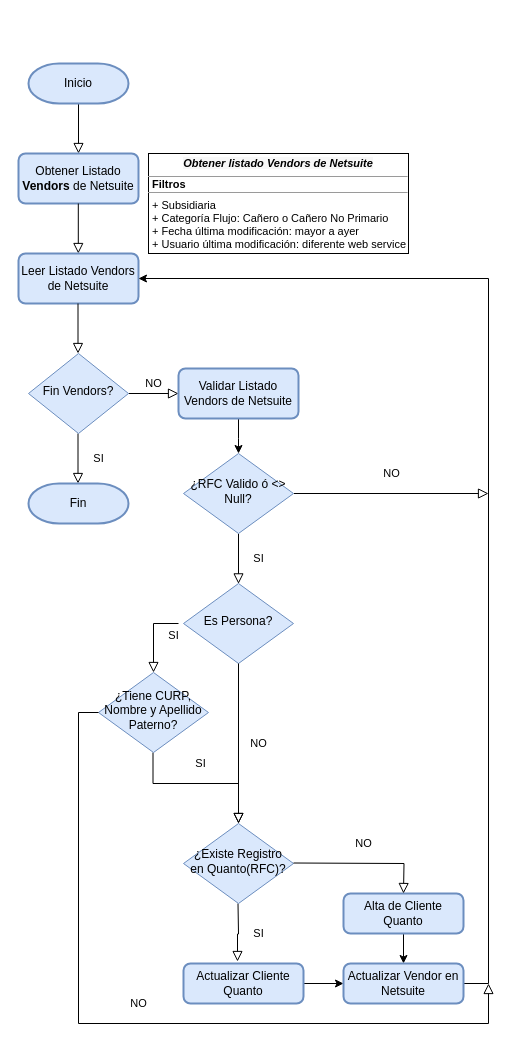
The draw.io diagram page "Proveedores" (1 of 4) of Interfaz Clientes Quanto.drawio in evasquezm87/Diagramas, before the edit. Source tidied: cells renumbered, new cells numbered last; positions are measured from the earlier drawing's top-left corner, leaving out a move shared by most shapes. Both pictures are drawn from the tidied source at 100%, with x=0, y=0 at pixel (18, 63).
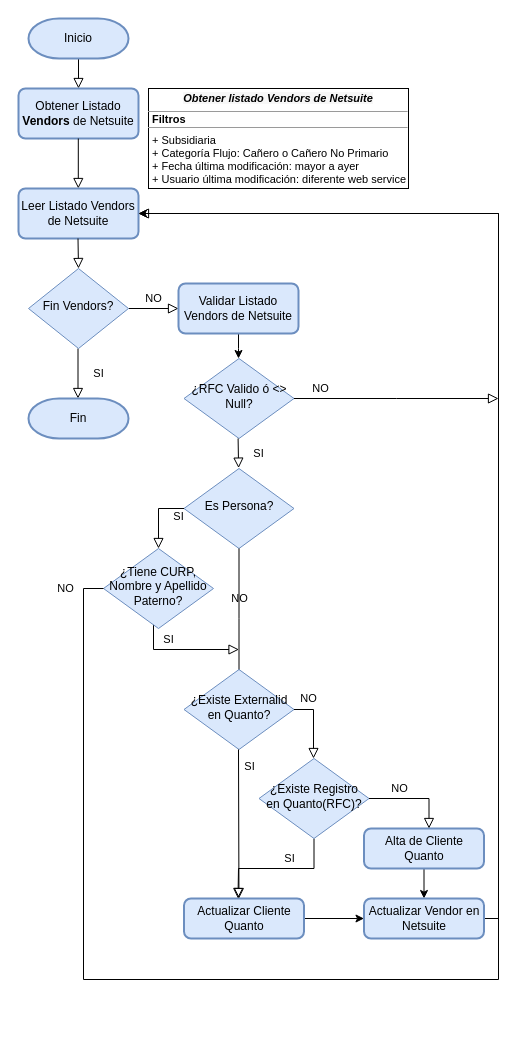
After the change.

Diff of the diagram source:
```diff
@@
-    <mxCell id="2" style="rounded=0;html=1;jettySize=auto;orthogonalLoop=1;fontSize=11;endArrow=block;endFill=0;endSize=8;strokeWidth=1;shadow=0;labelBackgroundColor=none;edgeStyle=orthogonalEdgeStyle;" parent="1" edge="1">
-      <mxGeometry relative="1" as="geometry">
-        <mxPoint x="60" y="40" as="sourcePoint" />
-        <mxPoint x="60" y="90" as="targetPoint" />
-      </mxGeometry>
-    </mxCell>
-    <mxCell id="3" value="SI" style="rounded=0;html=1;jettySize=auto;orthogonalLoop=1;fontSize=11;endArrow=block;endFill=0;endSize=8;strokeWidth=1;shadow=0;labelBackgroundColor=none;edgeStyle=orthogonalEdgeStyle;" parent="1" edge="1">
-      <mxGeometry y="20" relative="1" as="geometry">
-        <mxPoint x="59.5" y="370" as="sourcePoint" />
-        <mxPoint x="59.5" y="420" as="targetPoint" />
-      </mxGeometry>
-    </mxCell>
+    <mxCell id="32" value="&lt;p style=&quot;margin: 4px 0px 0px; text-align: center; font-size: 11px;&quot;&gt;&lt;font style=&quot;font-size: 11px;&quot;&gt;&lt;i style=&quot;&quot;&gt;&lt;b style=&quot;background-color: rgb(247, 247, 247);&quot;&gt;Obtener listado Vendors de Netsuite&lt;/b&gt;&lt;/i&gt;&lt;br&gt;&lt;/font&gt;&lt;/p&gt;&lt;hr style=&quot;font-size: 11px;&quot; size=&quot;1&quot;&gt;&lt;p style=&quot;margin: 0px 0px 0px 4px; line-height: 0.4; font-size: 11px;&quot;&gt;&lt;b&gt;&lt;font style=&quot;font-size: 11px;&quot;&gt;Filtros&lt;/font&gt;&lt;/b&gt;&lt;/p&gt;&lt;hr style=&quot;font-size: 11px;&quot; size=&quot;1&quot;&gt;&lt;p style=&quot;margin: 0px 0px 0px 4px; font-size: 11px;&quot;&gt;&lt;font style=&quot;font-size: 11px;&quot;&gt;+ Subsidiaria&lt;br&gt;+ Categoría Flujo: Cañero o Cañero No Primario&lt;/font&gt;&lt;/p&gt;&lt;p style=&quot;margin: 0px 0px 0px 4px; font-size: 11px;&quot;&gt;&lt;font style=&quot;font-size: 11px;&quot;&gt;+ Fecha última modificación: mayor a ayer&lt;/font&gt;&lt;/p&gt;&lt;p style=&quot;margin: 0px 0px 0px 4px; font-size: 11px;&quot;&gt;&lt;font style=&quot;font-size: 11px;&quot;&gt;+ Usuario última modificación: diferente web service&lt;/font&gt;&lt;/p&gt;&lt;p style=&quot;margin: 0px 0px 0px 4px; font-size: 11px;&quot;&gt;&lt;br&gt;&lt;/p&gt;" style="verticalAlign=top;align=left;overflow=fill;fontSize=12;fontFamily=Helvetica;html=1;" parent="1" vertex="1">
+      <mxGeometry x="130" y="25" width="260" height="100" as="geometry" />
+    </mxCell>
+    <mxCell id="33" style="rounded=0;html=1;jettySize=auto;orthogonalLoop=1;fontSize=11;endArrow=block;endFill=0;endSize=8;strokeWidth=1;shadow=0;labelBackgroundColor=none;edgeStyle=orthogonalEdgeStyle;" parent="1" edge="1">
+      <mxGeometry relative="1" as="geometry">
+        <mxPoint x="60" y="-5" as="sourcePoint" />
+        <mxPoint x="60" y="25" as="targetPoint" />
+      </mxGeometry>
+    </mxCell>
+    <mxCell id="34" value="SI" style="rounded=0;html=1;jettySize=auto;orthogonalLoop=1;fontSize=11;endArrow=block;endFill=0;endSize=8;strokeWidth=1;shadow=0;labelBackgroundColor=none;edgeStyle=orthogonalEdgeStyle;" parent="1" edge="1">
+      <mxGeometry y="20" relative="1" as="geometry">
+        <mxPoint x="59.5" y="285" as="sourcePoint" />
+        <mxPoint x="59.5" y="335" as="targetPoint" />
+      </mxGeometry>
+    </mxCell>
     <mxCell id="4" value="NO" style="edgeStyle=orthogonalEdgeStyle;rounded=0;html=1;jettySize=auto;orthogonalLoop=1;fontSize=11;endArrow=block;endFill=0;endSize=8;strokeWidth=1;shadow=0;labelBackgroundColor=none;" parent="1" edge="1">
       <mxGeometry y="10" relative="1" as="geometry">
-        <mxPoint x="110" y="330" as="sourcePoint" />
-        <mxPoint x="160" y="330" as="targetPoint" />
+        <mxPoint x="110" y="245" as="sourcePoint" />
+        <mxPoint x="160" y="245" as="targetPoint" />
       </mxGeometry>
     </mxCell>
     <mxCell id="5" value="Fin Vendors?" style="rhombus;whiteSpace=wrap;html=1;shadow=0;fontFamily=Helvetica;fontSize=12;align=center;strokeWidth=1;spacing=6;spacingTop=-4;fillColor=#dae8fc;strokeColor=#6c8ebf;" parent="1" vertex="1">
-      <mxGeometry x="10" y="290" width="100" height="80" as="geometry" />
+      <mxGeometry x="10" y="205" width="100" height="80" as="geometry" />
     </mxCell>
-    <mxCell id="6" value="Obtener Listado &lt;b&gt;Vendors &lt;/b&gt;de Netsuite" style="rounded=1;whiteSpace=wrap;html=1;absoluteArcSize=1;arcSize=14;strokeWidth=2;fillColor=#dae8fc;strokeColor=#6c8ebf;" parent="1" vertex="1">
-      <mxGeometry y="90" width="120" height="50" as="geometry" />
+    <mxCell id="6" value="Obtener Listado &lt;b&gt;Vendors&amp;nbsp;&lt;/b&gt;de Netsuite" style="rounded=1;whiteSpace=wrap;html=1;absoluteArcSize=1;arcSize=14;strokeWidth=2;fillColor=#dae8fc;strokeColor=#6c8ebf;" parent="1" vertex="1">
+      <mxGeometry y="25" width="120" height="50" as="geometry" />
     </mxCell>
-    <mxCell id="7" style="rounded=0;html=1;jettySize=auto;orthogonalLoop=1;fontSize=11;endArrow=block;endFill=0;endSize=8;strokeWidth=1;shadow=0;labelBackgroundColor=none;edgeStyle=orthogonalEdgeStyle;" parent="1" edge="1">
-      <mxGeometry relative="1" as="geometry">
-        <mxPoint x="59.8" y="140" as="sourcePoint" />
-        <mxPoint x="59.8" y="190" as="targetPoint" />
-      </mxGeometry>
-    </mxCell>
+    <mxCell id="35" style="rounded=0;html=1;jettySize=auto;orthogonalLoop=1;fontSize=11;endArrow=block;endFill=0;endSize=8;strokeWidth=1;shadow=0;labelBackgroundColor=none;edgeStyle=orthogonalEdgeStyle;" parent="1" edge="1">
+      <mxGeometry relative="1" as="geometry">
+        <mxPoint x="59.8" y="75" as="sourcePoint" />
+        <mxPoint x="59.8" y="125" as="targetPoint" />
+      </mxGeometry>
+    </mxCell>
@@
     <mxCell id="9" value="Actualizar Cliente Quanto" style="rounded=1;whiteSpace=wrap;html=1;absoluteArcSize=1;arcSize=14;strokeWidth=2;fillColor=#dae8fc;strokeColor=#6c8ebf;" parent="1" vertex="1">
-      <mxGeometry x="165" y="900" width="120" height="40" as="geometry" />
+      <mxGeometry x="165.5" y="835" width="120" height="40" as="geometry" />
     </mxCell>
-    <mxCell id="10" value="SI" style="rounded=0;html=1;jettySize=auto;fontSize=11;endArrow=block;endFill=0;endSize=8;strokeWidth=1;shadow=0;labelBackgroundColor=none;edgeStyle=orthogonalEdgeStyle;entryX=0.45;entryY=-0.05;entryDx=0;entryDy=0;entryPerimeter=0;" parent="1" edge="1" target="9">
-      <mxGeometry y="20" relative="1" as="geometry">
-        <mxPoint x="219.5" y="840" as="sourcePoint" />
-      </mxGeometry>
-    </mxCell>
-    <mxCell id="11" style="edgeStyle=orthogonalEdgeStyle;rounded=0;jettySize=auto;html=1;exitX=0.5;exitY=1;exitDx=0;exitDy=0;fontSize=12;" parent="1" edge="1" source="12">
-      <mxGeometry relative="1" as="geometry">
-        <mxPoint x="385" y="900" as="targetPoint" />
-      </mxGeometry>
-    </mxCell>
+    <mxCell id="36" value="SI" style="rounded=0;html=1;jettySize=auto;fontSize=11;endArrow=block;endFill=0;endSize=8;strokeWidth=1;shadow=0;labelBackgroundColor=none;edgeStyle=orthogonalEdgeStyle;exitX=0.5;exitY=1;exitDx=0;exitDy=0;" parent="1" edge="1" source="29">
+      <mxGeometry x="-0.19" y="-10" relative="1" as="geometry">
+        <mxPoint x="219.5" y="835" as="targetPoint" />
+      </mxGeometry>
+    </mxCell>
+    <mxCell id="37" style="edgeStyle=orthogonalEdgeStyle;rounded=0;jettySize=auto;html=1;exitX=0.5;exitY=1;exitDx=0;exitDy=0;fontSize=12;" parent="1" edge="1" source="12">
+      <mxGeometry relative="1" as="geometry">
+        <mxPoint x="405.5" y="835" as="targetPoint" />
+      </mxGeometry>
+    </mxCell>
     <mxCell id="12" value="Alta de Cliente Quanto" style="rounded=1;whiteSpace=wrap;html=1;absoluteArcSize=1;arcSize=14;strokeWidth=2;fillColor=#dae8fc;strokeColor=#6c8ebf;" parent="1" vertex="1">
-      <mxGeometry x="325" y="830" width="120" height="40" as="geometry" />
+      <mxGeometry x="345.5" y="765" width="120" height="40" as="geometry" />
     </mxCell>
     <mxCell id="13" value="Inicio" style="strokeWidth=2;html=1;shape=mxgraph.flowchart.terminator;whiteSpace=wrap;fillColor=#dae8fc;strokeColor=#6c8ebf;" parent="1" vertex="1">
-      <mxGeometry x="10" width="100" height="40" as="geometry" />
+      <mxGeometry x="10" y="-45" width="100" height="40" as="geometry" />
     </mxCell>
     <mxCell id="14" value="Fin" style="strokeWidth=2;html=1;shape=mxgraph.flowchart.terminator;whiteSpace=wrap;fillColor=#dae8fc;strokeColor=#6c8ebf;" parent="1" vertex="1">
-      <mxGeometry x="10" y="420" width="100" height="40" as="geometry" />
+      <mxGeometry x="10" y="335" width="100" height="40" as="geometry" />
     </mxCell>
     <mxCell id="15" value="Leer Listado Vendors de Netsuite" style="rounded=1;whiteSpace=wrap;html=1;absoluteArcSize=1;arcSize=14;strokeWidth=2;fillColor=#dae8fc;strokeColor=#6c8ebf;" parent="1" vertex="1">
-      <mxGeometry y="190" width="120" height="50" as="geometry" />
+      <mxGeometry y="125" width="120" height="50" as="geometry" />
     </mxCell>
-    <mxCell id="16" style="rounded=0;html=1;jettySize=auto;orthogonalLoop=1;fontSize=11;endArrow=block;endFill=0;endSize=8;strokeWidth=1;shadow=0;labelBackgroundColor=none;edgeStyle=orthogonalEdgeStyle;" parent="1" edge="1">
-      <mxGeometry relative="1" as="geometry">
-        <mxPoint x="59.5" y="240" as="sourcePoint" />
-        <mxPoint x="59.5" y="290" as="targetPoint" />
-      </mxGeometry>
-    </mxCell>
-    <mxCell id="17" style="edgeStyle=orthogonalEdgeStyle;rounded=0;jettySize=auto;html=1;fontSize=12;" parent="1" edge="1" source="18">
-      <mxGeometry relative="1" as="geometry">
-        <mxPoint x="220" y="390" as="targetPoint" />
-      </mxGeometry>
-    </mxCell>
+    <mxCell id="38" style="rounded=0;html=1;jettySize=auto;orthogonalLoop=1;fontSize=11;endArrow=block;endFill=0;endSize=8;strokeWidth=1;shadow=0;labelBackgroundColor=none;edgeStyle=orthogonalEdgeStyle;" parent="1" edge="1">
+      <mxGeometry relative="1" as="geometry">
+        <mxPoint x="59.5" y="175" as="sourcePoint" />
+        <mxPoint x="60" y="205" as="targetPoint" />
+      </mxGeometry>
+    </mxCell>
+    <mxCell id="39" style="edgeStyle=orthogonalEdgeStyle;rounded=0;jettySize=auto;html=1;fontSize=12;" parent="1" edge="1" source="18">
+      <mxGeometry relative="1" as="geometry">
+        <mxPoint x="220" y="295" as="targetPoint" />
+        <Array as="points">
+          <mxPoint x="220" y="285" />
+          <mxPoint x="220" y="285" />
+        </Array>
+      </mxGeometry>
+    </mxCell>
     <mxCell id="18" value="Validar Listado Vendors de Netsuite" style="rounded=1;whiteSpace=wrap;html=1;absoluteArcSize=1;arcSize=14;strokeWidth=2;fillColor=#dae8fc;strokeColor=#6c8ebf;" parent="1" vertex="1">
-      <mxGeometry x="160" y="305" width="120" height="50" as="geometry" />
+      <mxGeometry x="160" y="220" width="120" height="50" as="geometry" />
     </mxCell>
-    <mxCell id="19" value="SI" style="rounded=0;html=1;jettySize=auto;orthogonalLoop=1;fontSize=11;endArrow=block;endFill=0;endSize=8;strokeWidth=1;shadow=0;labelBackgroundColor=none;edgeStyle=orthogonalEdgeStyle;" parent="1" edge="1">
-      <mxGeometry y="20" relative="1" as="geometry">
-        <mxPoint x="134.5" y="689" as="sourcePoint" />
-        <mxPoint x="220" y="760" as="targetPoint" />
-        <Array as="points">
-          <mxPoint x="135" y="720" />
-          <mxPoint x="220" y="720" />
-        </Array>
-      </mxGeometry>
-    </mxCell>
+    <mxCell id="40" value="SI" style="rounded=0;html=1;jettySize=auto;orthogonalLoop=1;fontSize=11;endArrow=block;endFill=0;endSize=8;strokeWidth=1;shadow=0;labelBackgroundColor=none;edgeStyle=orthogonalEdgeStyle;" parent="1" edge="1">
+      <mxGeometry x="-0.2" y="10" relative="1" as="geometry">
+        <mxPoint x="135" y="555" as="sourcePoint" />
+        <mxPoint x="220.5" y="586" as="targetPoint" />
+        <Array as="points">
+          <mxPoint x="135.5" y="586" />
+        </Array>
+        <mxPoint x="-1" as="offset" />
+      </mxGeometry>
+    </mxCell>
     <mxCell id="20" style="edgeStyle=orthogonalEdgeStyle;rounded=0;jettySize=auto;html=1;exitX=1;exitY=0.5;exitDx=0;exitDy=0;entryX=1;entryY=0.5;entryDx=0;entryDy=0;fontSize=12;" parent="1" edge="1" source="21" target="15">
       <mxGeometry relative="1" as="geometry">
         <Array as="points">
-          <mxPoint x="470" y="920" />
-          <mxPoint x="470" y="215" />
+          <mxPoint x="480" y="855" />
+          <mxPoint x="480" y="150" />
         </Array>
       </mxGeometry>
     </mxCell>
     <mxCell id="21" value="Actualizar Vendor en Netsuite" style="rounded=1;whiteSpace=wrap;html=1;absoluteArcSize=1;arcSize=14;strokeWidth=2;fillColor=#dae8fc;strokeColor=#6c8ebf;" parent="1" vertex="1">
-      <mxGeometry x="325" y="900" width="120" height="40" as="geometry" />
+      <mxGeometry x="345.5" y="835" width="120" height="40" as="geometry" />
     </mxCell>
     <mxCell id="22" value="¿RFC Valido ó &amp;lt;&amp;gt; Null?" style="rhombus;whiteSpace=wrap;html=1;shadow=0;fontFamily=Helvetica;fontSize=12;align=center;strokeWidth=1;spacing=6;spacingTop=-4;fillColor=#dae8fc;strokeColor=#6c8ebf;" parent="1" vertex="1">
-      <mxGeometry x="165" y="390" width="110" height="80" as="geometry" />
+      <mxGeometry x="165.5" y="295" width="110" height="80" as="geometry" />
     </mxCell>
     <mxCell id="23" value="Es Persona?" style="rhombus;whiteSpace=wrap;html=1;shadow=0;fontFamily=Helvetica;fontSize=12;align=center;strokeWidth=1;spacing=6;spacingTop=-4;fillColor=#dae8fc;strokeColor=#6c8ebf;" parent="1" vertex="1">
-      <mxGeometry x="165" y="520" width="110" height="80" as="geometry" />
+      <mxGeometry x="165.5" y="405" width="110" height="80" as="geometry" />
     </mxCell>
-    <mxCell id="24" value="SI" style="rounded=0;html=1;jettySize=auto;orthogonalLoop=1;fontSize=11;endArrow=block;endFill=0;endSize=8;strokeWidth=1;shadow=0;labelBackgroundColor=none;edgeStyle=orthogonalEdgeStyle;" parent="1" edge="1">
-      <mxGeometry y="20" relative="1" as="geometry">
-        <mxPoint x="220" y="470.4" as="sourcePoint" />
-        <mxPoint x="220" y="520.4" as="targetPoint" />
-      </mxGeometry>
-    </mxCell>
-    <mxCell id="25" value="NO" style="rounded=0;html=1;jettySize=auto;orthogonalLoop=1;fontSize=11;endArrow=block;endFill=0;endSize=8;strokeWidth=1;shadow=0;labelBackgroundColor=none;edgeStyle=orthogonalEdgeStyle;exitX=1;exitY=0.5;exitDx=0;exitDy=0;" parent="1" edge="1">
-      <mxGeometry y="20" relative="1" as="geometry">
-        <mxPoint x="275.5" y="430" as="sourcePoint" />
-        <mxPoint x="470" y="430" as="targetPoint" />
-        <Array as="points">
-          <mxPoint x="430.5" y="430.4" />
-          <mxPoint x="430.5" y="430.4" />
-        </Array>
-      </mxGeometry>
-    </mxCell>
-    <mxCell id="26" value="SI" style="rounded=0;html=1;jettySize=auto;fontSize=11;endArrow=block;endFill=0;endSize=8;strokeWidth=1;shadow=0;labelBackgroundColor=none;edgeStyle=orthogonalEdgeStyle;entryX=0.5;entryY=0;entryDx=0;entryDy=0;" parent="1" edge="1" target="28">
-      <mxGeometry y="20" relative="1" as="geometry">
-        <mxPoint x="160" y="560" as="sourcePoint" />
-        <Array as="points">
-          <mxPoint x="135" y="560" />
-        </Array>
-      </mxGeometry>
-    </mxCell>
-    <mxCell id="27" value="NO" style="rounded=0;html=1;jettySize=auto;fontSize=11;endArrow=block;endFill=0;endSize=8;strokeWidth=1;shadow=0;labelBackgroundColor=none;edgeStyle=orthogonalEdgeStyle;exitX=0.5;exitY=1;exitDx=0;exitDy=0;entryX=0.5;entryY=0;entryDx=0;entryDy=0;" parent="1" edge="1" source="23" target="29">
-      <mxGeometry y="20" relative="1" as="geometry" />
-    </mxCell>
+    <mxCell id="41" value="SI" style="rounded=0;html=1;jettySize=auto;orthogonalLoop=1;fontSize=11;endArrow=block;endFill=0;endSize=8;strokeWidth=1;shadow=0;labelBackgroundColor=none;edgeStyle=orthogonalEdgeStyle;" parent="1" edge="1">
+      <mxGeometry y="20" relative="1" as="geometry">
+        <mxPoint x="219.6" y="375" as="sourcePoint" />
+        <mxPoint x="220.1" y="404.6" as="targetPoint" />
+      </mxGeometry>
+    </mxCell>
+    <mxCell id="42" value="NO" style="rounded=0;html=1;jettySize=auto;fontSize=11;endArrow=block;endFill=0;endSize=8;strokeWidth=1;shadow=0;labelBackgroundColor=none;edgeStyle=orthogonalEdgeStyle;exitX=1;exitY=0.5;exitDx=0;exitDy=0;" parent="1" edge="1" source="22">
+      <mxGeometry x="-0.75" y="10" relative="1" as="geometry">
+        <mxPoint x="480" y="335" as="targetPoint" />
+      </mxGeometry>
+    </mxCell>
+    <mxCell id="43" value="SI" style="rounded=0;html=1;jettySize=auto;fontSize=11;endArrow=block;endFill=0;endSize=8;strokeWidth=1;shadow=0;labelBackgroundColor=none;edgeStyle=orthogonalEdgeStyle;exitX=0;exitY=0.5;exitDx=0;exitDy=0;entryX=0.5;entryY=0;entryDx=0;entryDy=0;" parent="1" edge="1" source="23" target="28">
+      <mxGeometry y="20" relative="1" as="geometry">
+        <Array as="points">
+          <mxPoint x="140" y="445" />
+        </Array>
+      </mxGeometry>
+    </mxCell>
+    <mxCell id="44" value="NO" style="rounded=0;html=1;jettySize=auto;fontSize=11;endArrow=block;endFill=0;endSize=8;strokeWidth=1;shadow=0;labelBackgroundColor=none;edgeStyle=orthogonalEdgeStyle;exitX=0.5;exitY=1;exitDx=0;exitDy=0;" parent="1" edge="1" source="23">
+      <mxGeometry y="20" relative="1" as="geometry">
+        <mxPoint x="220.5" y="625" as="targetPoint" />
+      </mxGeometry>
+    </mxCell>
     <mxCell id="28" value="¿Tiene CURP, Nombre y Apellido Paterno?" style="rhombus;whiteSpace=wrap;html=1;shadow=0;fontFamily=Helvetica;fontSize=12;align=center;strokeWidth=1;spacing=6;spacingTop=-4;fillColor=#dae8fc;strokeColor=#6c8ebf;" parent="1" vertex="1">
-      <mxGeometry x="80" y="609" width="110" height="80" as="geometry" />
+      <mxGeometry x="85" y="485" width="110" height="80" as="geometry" />
     </mxCell>
     <mxCell id="29" value="¿Existe Registro en Quanto(RFC)?" style="rhombus;whiteSpace=wrap;html=1;shadow=0;fontFamily=Helvetica;fontSize=12;align=center;strokeWidth=1;spacing=6;spacingTop=-4;fillColor=#dae8fc;strokeColor=#6c8ebf;" parent="1" vertex="1">
-      <mxGeometry x="165" y="760" width="110" height="80" as="geometry" />
+      <mxGeometry x="240.5" y="695" width="110" height="80" as="geometry" />
     </mxCell>
-    <mxCell id="30" value="NO" style="rounded=0;html=1;jettySize=auto;orthogonalLoop=1;fontSize=11;endArrow=block;endFill=0;endSize=8;strokeWidth=1;shadow=0;labelBackgroundColor=none;edgeStyle=orthogonalEdgeStyle;exitX=1;exitY=0.5;exitDx=0;exitDy=0;" parent="1" edge="1">
-      <mxGeometry y="20" relative="1" as="geometry">
-        <mxPoint x="275" y="799.5" as="sourcePoint" />
-        <mxPoint x="385" y="830" as="targetPoint" />
-      </mxGeometry>
-    </mxCell>
-    <mxCell id="31" value="NO" style="rounded=0;html=1;jettySize=auto;fontSize=11;endArrow=block;endFill=0;endSize=8;strokeWidth=1;shadow=0;labelBackgroundColor=none;edgeStyle=orthogonalEdgeStyle;exitX=0;exitY=0.5;exitDx=0;exitDy=0;" parent="1" edge="1" source="28">
-      <mxGeometry y="20" relative="1" as="geometry">
-        <mxPoint x="470" y="920" as="targetPoint" />
-        <Array as="points">
-          <mxPoint x="60" y="649" />
-          <mxPoint x="60" y="960" />
-          <mxPoint x="470" y="960" />
-        </Array>
-      </mxGeometry>
-    </mxCell>
-    <mxCell id="32" value="&lt;p style=&quot;margin: 4px 0px 0px; text-align: center; font-size: 11px;&quot;&gt;&lt;font style=&quot;font-size: 11px;&quot;&gt;&lt;i style=&quot;&quot;&gt;&lt;b style=&quot;background-color: rgb(247, 247, 247);&quot;&gt;Obtener listado Vendors de Netsuite&lt;/b&gt;&lt;/i&gt;&lt;br&gt;&lt;/font&gt;&lt;/p&gt;&lt;hr style=&quot;font-size: 11px;&quot; size=&quot;1&quot;&gt;&lt;p style=&quot;margin: 0px 0px 0px 4px; line-height: 0.4; font-size: 11px;&quot;&gt;&lt;b&gt;&lt;font style=&quot;font-size: 11px;&quot;&gt;Filtros&lt;/font&gt;&lt;/b&gt;&lt;/p&gt;&lt;hr style=&quot;font-size: 11px;&quot; size=&quot;1&quot;&gt;&lt;p style=&quot;margin: 0px 0px 0px 4px; font-size: 11px;&quot;&gt;&lt;font style=&quot;font-size: 11px;&quot;&gt;+ Subsidiaria&lt;br&gt;+ Categoría Flujo: Cañero o Cañero No Primario&lt;/font&gt;&lt;/p&gt;&lt;p style=&quot;margin: 0px 0px 0px 4px; font-size: 11px;&quot;&gt;&lt;font style=&quot;font-size: 11px;&quot;&gt;+ Fecha última modificación: mayor a ayer&lt;/font&gt;&lt;/p&gt;&lt;p style=&quot;margin: 0px 0px 0px 4px; font-size: 11px;&quot;&gt;&lt;font style=&quot;font-size: 11px;&quot;&gt;+ Usuario última modificación: diferente web service&lt;/font&gt;&lt;/p&gt;&lt;p style=&quot;margin: 0px 0px 0px 4px; font-size: 11px;&quot;&gt;&lt;br&gt;&lt;/p&gt;" style="verticalAlign=top;align=left;overflow=fill;fontSize=12;fontFamily=Helvetica;html=1;" parent="1" vertex="1">
-      <mxGeometry x="130" y="90" width="260" height="100" as="geometry" />
-    </mxCell>
+    <mxCell id="45" value="NO" style="rounded=0;html=1;jettySize=auto;fontSize=11;endArrow=block;endFill=0;endSize=8;strokeWidth=1;shadow=0;labelBackgroundColor=none;edgeStyle=orthogonalEdgeStyle;" parent="1" edge="1" target="12">
+      <mxGeometry x="-0.33" y="10" relative="1" as="geometry">
+        <mxPoint x="350.5" y="735" as="sourcePoint" />
+        <Array as="points">
+          <mxPoint x="410.5" y="735" />
+        </Array>
+      </mxGeometry>
+    </mxCell>
+    <mxCell id="46" value="NO" style="rounded=0;html=1;jettySize=auto;fontSize=11;endArrow=block;endFill=0;endSize=8;strokeWidth=1;shadow=0;labelBackgroundColor=none;edgeStyle=orthogonalEdgeStyle;exitX=0;exitY=0.5;exitDx=0;exitDy=0;entryX=1;entryY=0.5;entryDx=0;entryDy=0;" parent="1" edge="1" source="28" target="15">
+      <mxGeometry x="-0.98" y="-19" relative="1" as="geometry">
+        <Array as="points">
+          <mxPoint x="65" y="525" />
+          <mxPoint x="65" y="916" />
+          <mxPoint x="480" y="916" />
+          <mxPoint x="480" y="150" />
+        </Array>
+        <mxPoint x="1" as="offset" />
+      </mxGeometry>
+    </mxCell>
+    <mxCell id="47" value="¿Existe Externalid en Quanto?" style="rhombus;whiteSpace=wrap;html=1;shadow=0;fontFamily=Helvetica;fontSize=12;align=center;strokeWidth=1;spacing=6;spacingTop=-4;fillColor=#dae8fc;strokeColor=#6c8ebf;" parent="1" vertex="1">
+      <mxGeometry x="165.5" y="606" width="110" height="80" as="geometry" />
+    </mxCell>
+    <mxCell id="48" value="SI" style="rounded=0;html=1;jettySize=auto;fontSize=11;endArrow=block;endFill=0;endSize=8;strokeWidth=1;shadow=0;labelBackgroundColor=none;edgeStyle=orthogonalEdgeStyle;entryX=0.458;entryY=0;entryDx=0;entryDy=0;entryPerimeter=0;" parent="1" edge="1" target="9">
+      <mxGeometry x="-0.77" y="11" relative="1" as="geometry">
+        <mxPoint x="220" y="686" as="sourcePoint" />
+      </mxGeometry>
+    </mxCell>
+    <mxCell id="49" value="NO" style="rounded=0;html=1;jettySize=auto;orthogonalLoop=1;fontSize=11;endArrow=block;endFill=0;endSize=8;strokeWidth=1;shadow=0;labelBackgroundColor=none;edgeStyle=orthogonalEdgeStyle;" parent="1" edge="1">
+      <mxGeometry x="-0.58" y="11" relative="1" as="geometry">
+        <mxPoint x="275.5" y="646" as="sourcePoint" />
+        <mxPoint x="295" y="695" as="targetPoint" />
+        <Array as="points">
+          <mxPoint x="295.5" y="646" />
+        </Array>
+      </mxGeometry>
+    </mxCell>
```
